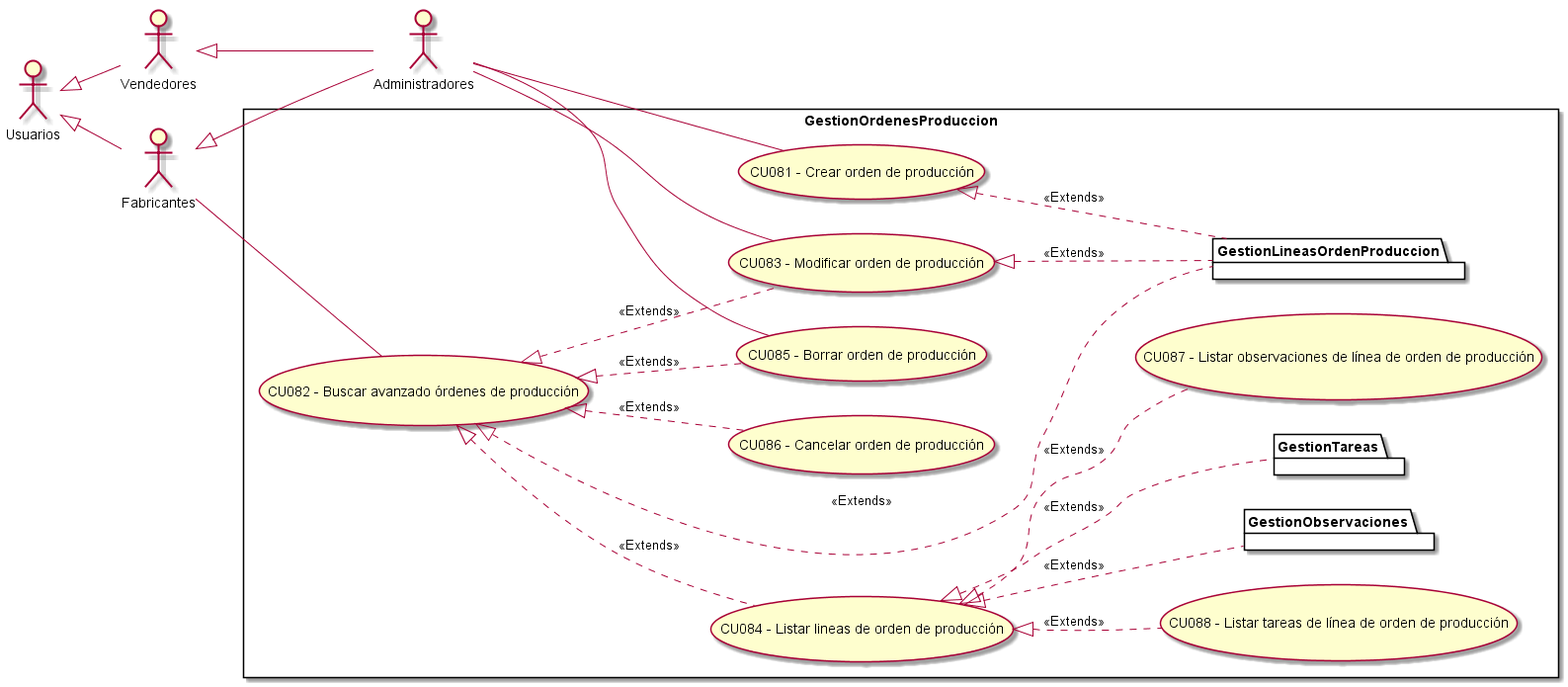
Above: Informe Final/Imagenes/ModeladoDeCasosDeUso/DiagramaDeCasosDeUso/GestionOrdenesProduccion.png in ZMGestion/DocumentacionZMGestion (PlantUML), before the change.
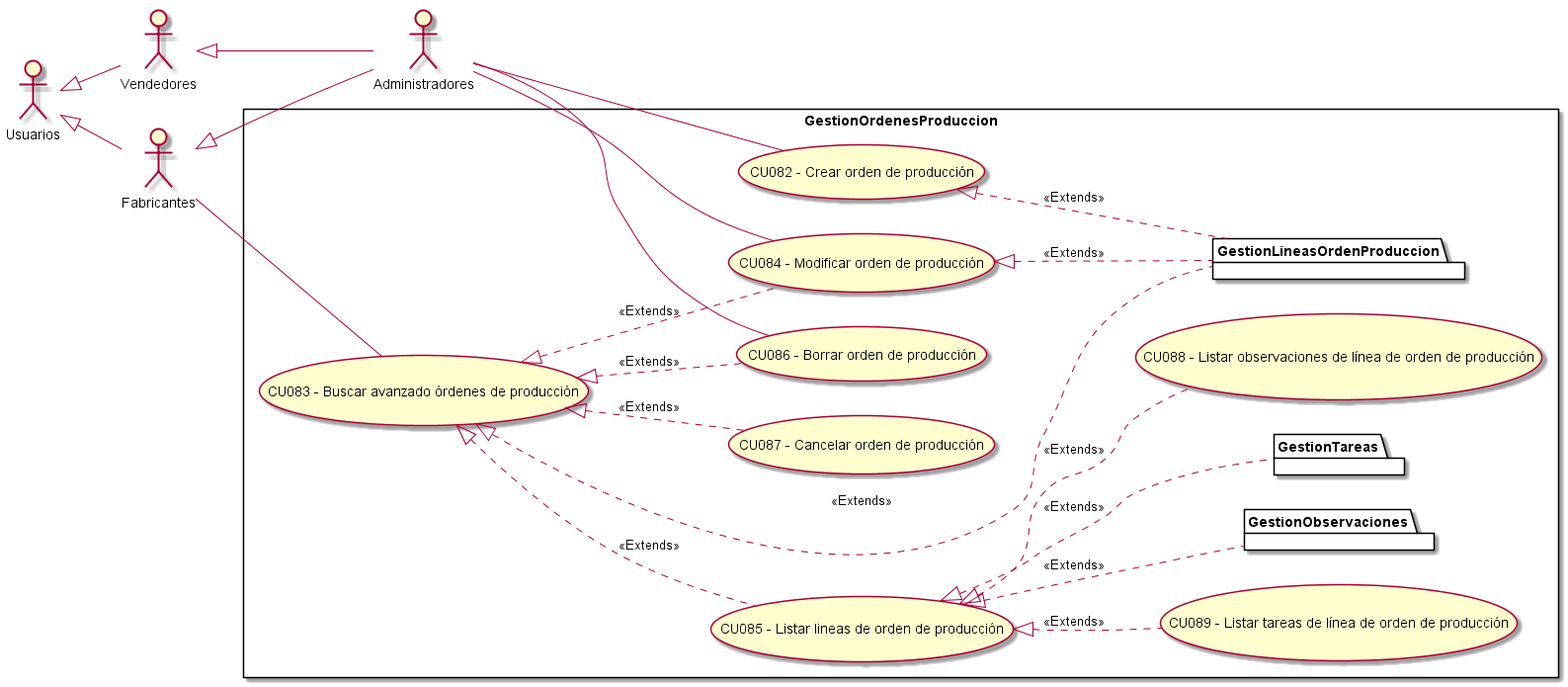
The same diagram one commit later.

The edit, as a diff of the source:
```diff
@@ -13,14 +13,14 @@
  left to right direction
 
 rectangle GestionOrdenesProduccion{
-    UseCase "CU081 - Crear orden de producción" as C
-    UseCase "CU082 - Buscar avanzado órdenes de producción " as BA
-    UseCase "CU083 - Modificar orden de producción" as M
-    UseCase "CU084 - Listar lineas de orden de producción" as ListarLineas
-    UseCase "CU085 - Borrar orden de producción" as B
-    UseCase "CU086 - Cancelar orden de producción" as Cancelar
-    UseCase "CU087 - Listar observaciones de línea de orden de producción" as ListarObservaciones
-    UseCase "CU088 - Listar tareas de línea de orden de producción" as ListarTareas
+    UseCase "CU082 - Crear orden de producción" as C
+    UseCase "CU083 - Buscar avanzado órdenes de producción " as BA
+    UseCase "CU084 - Modificar orden de producción" as M
+    UseCase "CU085 - Listar lineas de orden de producción" as ListarLineas
+    UseCase "CU086 - Borrar orden de producción" as B
+    UseCase "CU087 - Cancelar orden de producción" as Cancelar
+    UseCase "CU088 - Listar observaciones de línea de orden de producción" as ListarObservaciones
+    UseCase "CU089 - Listar tareas de línea de orden de producción" as ListarTareas
     package GestionLineasOrdenProduccion{
     }
     package GestionObservaciones{
```
